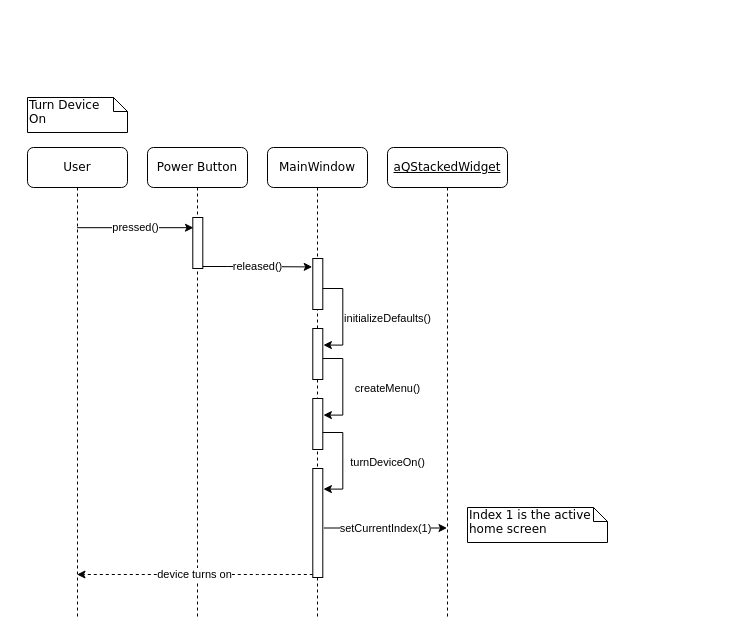
The draw.io diagram Documentation/turn_device_on.drawio in Hall-Andrew/CESDEVICE-3004FinalProject, before the edit. Source tidied: cells renumbered, new cells numbered last; positions are measured from the earlier drawing's top-left corner, leaving out a move shared by most shapes. Both pictures are drawn from the tidied source at 100%, with x=0, y=0 at pixel (27, 97).
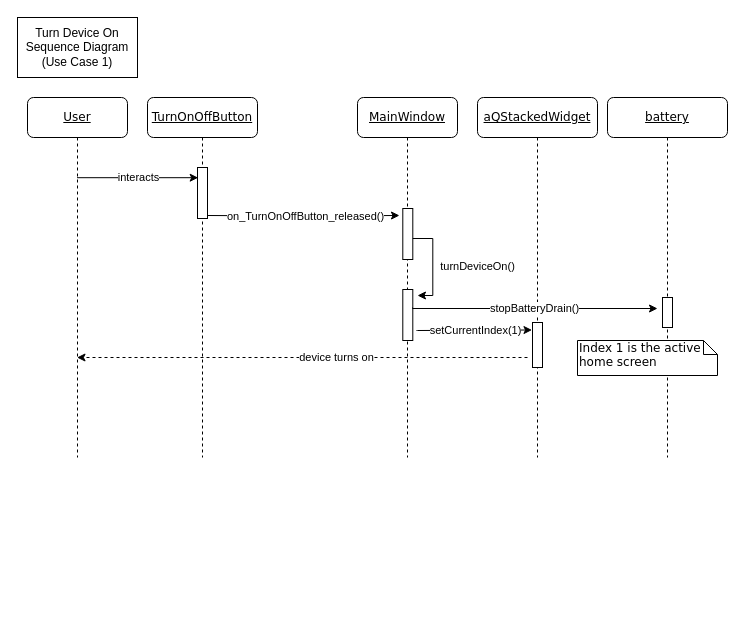
The same page after the edit.

Commit message (it also covers changes not shown here):
Redid Sequence Diagram

Change to the diagram source:
```diff
@@
+    <mxCell id="20" value="&lt;u&gt;battery&lt;/u&gt;" style="shape=umlLifeline;perimeter=lifelinePerimeter;whiteSpace=wrap;html=1;rounded=1;shadow=0;comic=0;labelBackgroundColor=none;strokeWidth=1;fontFamily=Verdana;fontSize=12;align=center;" parent="1" vertex="1">
+      <mxGeometry x="580" width="120" height="360" as="geometry" />
+    </mxCell>
+    <mxCell id="21" style="html=1;perimeter=orthogonalPerimeter;rounded=0;shadow=0;comic=0;labelBackgroundColor=none;strokeWidth=1;fontFamily=Verdana;fontSize=12;align=center;" parent="20" vertex="1">
+      <mxGeometry x="55" y="200" width="10" height="30" as="geometry" />
+    </mxCell>
+    <mxCell id="18" value="Index 1 is the active home screen" style="shape=note;whiteSpace=wrap;html=1;size=14;verticalAlign=top;align=left;spacingTop=-6;rounded=0;shadow=0;comic=0;labelBackgroundColor=none;strokeWidth=1;fontFamily=Verdana;fontSize=12;fillColor=default;strokeColor=default;fontColor=default;" parent="20" vertex="1">
+      <mxGeometry x="-30" y="243" width="140" height="35" as="geometry" />
+    </mxCell>
-    <mxCell id="2" value="MainWindow" style="shape=umlLifeline;perimeter=lifelinePerimeter;whiteSpace=wrap;html=1;rounded=1;shadow=0;comic=0;labelBackgroundColor=none;strokeWidth=1;fontFamily=Verdana;fontSize=12;align=center;" parent="1" vertex="1">
-      <mxGeometry x="240" y="50" width="100" height="470" as="geometry" />
+    <mxCell id="2" value="&lt;u&gt;MainWindow&lt;/u&gt;" style="shape=umlLifeline;perimeter=lifelinePerimeter;whiteSpace=wrap;html=1;rounded=1;shadow=0;comic=0;labelBackgroundColor=none;strokeWidth=1;fontFamily=Verdana;fontSize=12;align=center;" parent="1" vertex="1">
+      <mxGeometry x="330" width="100" height="360" as="geometry" />
     </mxCell>
     <mxCell id="3" value="&lt;u&gt;aQStackedWidget&lt;/u&gt;" style="shape=umlLifeline;perimeter=lifelinePerimeter;whiteSpace=wrap;html=1;outlineConnect=0;rounded=1;shadow=0;comic=0;labelBackgroundColor=none;strokeWidth=1;fontFamily=Verdana;fontSize=12;align=center;" parent="1" vertex="1">
-      <mxGeometry x="360" y="50" width="120" height="470" as="geometry" />
+      <mxGeometry x="450" width="120" height="360" as="geometry" />
     </mxCell>
+    <mxCell id="22" style="html=1;perimeter=orthogonalPerimeter;rounded=0;shadow=0;comic=0;labelBackgroundColor=none;strokeWidth=1;fontFamily=Verdana;fontSize=12;align=center;" parent="3" vertex="1">
+      <mxGeometry x="55" y="225" width="10" height="45" as="geometry" />
+    </mxCell>
-    <mxCell id="4" value="User" style="shape=umlLifeline;perimeter=lifelinePerimeter;whiteSpace=wrap;html=1;outlineConnect=0;rounded=1;shadow=0;comic=0;labelBackgroundColor=none;strokeWidth=1;fontFamily=Verdana;fontSize=12;align=center;" parent="1" vertex="1">
-      <mxGeometry y="50" width="100" height="470" as="geometry" />
+    <mxCell id="4" value="&lt;u&gt;User&lt;/u&gt;" style="shape=umlLifeline;perimeter=lifelinePerimeter;whiteSpace=wrap;html=1;outlineConnect=0;rounded=1;shadow=0;comic=0;labelBackgroundColor=none;strokeWidth=1;fontFamily=Verdana;fontSize=12;align=center;" parent="1" vertex="1">
+      <mxGeometry width="100" height="360" as="geometry" />
     </mxCell>
-    <mxCell id="5" value="Turn Device &lt;br&gt;On" style="shape=note;whiteSpace=wrap;html=1;size=14;verticalAlign=top;align=left;spacingTop=-6;rounded=0;shadow=0;comic=0;labelBackgroundColor=none;strokeWidth=1;fontFamily=Verdana;fontSize=12;fillColor=default;strokeColor=default;fontColor=default;" parent="1" vertex="1">
-      <mxGeometry width="100" height="35" as="geometry" />
-    </mxCell>
-    <mxCell id="6" value="Power Button" style="shape=umlLifeline;perimeter=lifelinePerimeter;whiteSpace=wrap;html=1;rounded=1;shadow=0;comic=0;labelBackgroundColor=none;strokeWidth=1;fontFamily=Verdana;fontSize=12;align=center;" parent="1" vertex="1">
-      <mxGeometry x="120" y="50" width="100" height="470" as="geometry" />
+    <mxCell id="6" value="&lt;u&gt;TurnOnOffButton&lt;/u&gt;" style="shape=umlLifeline;perimeter=lifelinePerimeter;whiteSpace=wrap;html=1;rounded=1;shadow=0;comic=0;labelBackgroundColor=none;strokeWidth=1;fontFamily=Verdana;fontSize=12;align=center;" parent="1" vertex="1">
+      <mxGeometry x="120" width="110" height="360" as="geometry" />
     </mxCell>
     <mxCell id="7" style="html=1;points=[];perimeter=orthogonalPerimeter;rounded=0;shadow=0;comic=0;labelBackgroundColor=none;strokeWidth=1;fontFamily=Verdana;fontSize=12;align=center;" parent="6" vertex="1">
-      <mxGeometry x="165.3" y="111" width="10" height="51" as="geometry" />
+      <mxGeometry x="255.3" y="111" width="10" height="51" as="geometry" />
     </mxCell>
     <mxCell id="8" style="html=1;points=[];perimeter=orthogonalPerimeter;rounded=0;shadow=0;comic=0;labelBackgroundColor=none;strokeWidth=1;fontFamily=Verdana;fontSize=12;align=center;" parent="6" vertex="1">
-      <mxGeometry x="165.3" y="181" width="10" height="51" as="geometry" />
+      <mxGeometry x="255.3" y="192" width="10" height="51" as="geometry" />
     </mxCell>
-    <mxCell id="9" value="initializeDefaults()" style="edgeStyle=orthogonalEdgeStyle;rounded=0;jettySize=auto;html=1;entryX=1.06;entryY=0.325;entryDx=0;entryDy=0;entryPerimeter=0;" parent="6" edge="1" source="7" target="8">
+    <mxCell id="9" value="turnDeviceOn()" style="edgeStyle=orthogonalEdgeStyle;rounded=0;jettySize=auto;html=1;" parent="6" edge="1" source="7">
       <mxGeometry x="0.04" y="45" relative="1" as="geometry">
+        <mxPoint x="270" y="198" as="targetPoint" />
         <Array as="points">
-          <mxPoint x="195.3" y="141" />
-          <mxPoint x="195.3" y="198" />
+          <mxPoint x="285.3" y="141" />
+          <mxPoint x="285.3" y="198" />
         </Array>
       </mxGeometry>
     </mxCell>
-    <mxCell id="10" value="createMenu()" style="edgeStyle=orthogonalEdgeStyle;rounded=0;orthogonalLoop=1;jettySize=auto;html=1;entryX=1.06;entryY=0.325;entryDx=0;entryDy=0;entryPerimeter=0;" parent="6" edge="1">
-      <mxGeometry x="0.04" y="45" relative="1" as="geometry">
-        <mxPoint x="175.3" y="211" as="sourcePoint" />
-        <mxPoint x="175.9" y="267.6" as="targetPoint" />
-        <Array as="points">
-          <mxPoint x="195.3" y="211" />
-          <mxPoint x="195.3" y="268" />
-        </Array>
-      </mxGeometry>
-    </mxCell>
-    <mxCell id="11" style="html=1;perimeter=orthogonalPerimeter;rounded=0;shadow=0;comic=0;labelBackgroundColor=none;strokeWidth=1;fontFamily=Verdana;fontSize=12;align=center;" parent="6" vertex="1">
-      <mxGeometry x="165.3" y="251" width="10" height="51" as="geometry" />
-    </mxCell>
-    <mxCell id="12" style="html=1;perimeter=orthogonalPerimeter;rounded=0;shadow=0;comic=0;labelBackgroundColor=none;strokeWidth=1;fontFamily=Verdana;fontSize=12;align=center;" parent="6" vertex="1">
-      <mxGeometry x="165.3" y="321" width="10" height="109" as="geometry" />
-    </mxCell>
     <mxCell id="13" style="html=1;points=[];perimeter=orthogonalPerimeter;rounded=0;shadow=0;comic=0;labelBackgroundColor=none;strokeWidth=1;fontFamily=Verdana;fontSize=12;align=center;" parent="6" vertex="1">
-      <mxGeometry x="45.3" y="70" width="10" height="51" as="geometry" />
+      <mxGeometry x="50" y="70" width="10" height="51" as="geometry" />
     </mxCell>
-    <mxCell id="14" value="released()" style="edgeStyle=orthogonalEdgeStyle;rounded=0;orthogonalLoop=1;jettySize=auto;html=1;entryX=-0.06;entryY=0.067;entryDx=0;entryDy=0;entryPerimeter=0;" parent="6" edge="1">
-      <mxGeometry relative="1" as="geometry">
-        <mxPoint x="55.3" y="119" as="sourcePoint" />
-        <mxPoint x="164.7" y="119.4" as="targetPoint" />
-        <Array as="points">
-          <mxPoint x="80.3" y="119" />
-          <mxPoint x="80.3" y="119" />
-        </Array>
+    <mxCell id="14" value="on_TurnOnOffButton_released()" style="edgeStyle=orthogonalEdgeStyle;rounded=0;jettySize=auto;html=1;entryX=-0.333;entryY=0.137;entryDx=0;entryDy=0;entryPerimeter=0;" parent="6" edge="1" target="7">
+      <mxGeometry x="0.02" relative="1" as="geometry">
+        <mxPoint x="60" y="118" as="sourcePoint" />
       </mxGeometry>
     </mxCell>
-    <mxCell id="15" value="turnDeviceOn()" style="edgeStyle=orthogonalEdgeStyle;rounded=0;orthogonalLoop=1;jettySize=auto;html=1;entryX=1.06;entryY=0.325;entryDx=0;entryDy=0;entryPerimeter=0;" parent="6" edge="1">
-      <mxGeometry x="0.04" y="45" relative="1" as="geometry">
-        <mxPoint x="175.3" y="285" as="sourcePoint" />
-        <mxPoint x="175.9" y="341.6" as="targetPoint" />
-        <Array as="points">
-          <mxPoint x="195.3" y="285" />
-          <mxPoint x="195.3" y="342" />
-        </Array>
-      </mxGeometry>
-    </mxCell>
-    <mxCell id="16" value="setCurrentIndex(1)" style="edgeStyle=orthogonalEdgeStyle;rounded=0;jettySize=auto;html=1;" parent="6" edge="1" target="3">
-      <mxGeometry relative="1" as="geometry">
-        <mxPoint x="176.3" y="380.5" as="sourcePoint" />
+    <mxCell id="16" value="setCurrentIndex(1)" style="edgeStyle=orthogonalEdgeStyle;rounded=0;jettySize=auto;html=1;exitX=1.367;exitY=0.804;exitDx=0;exitDy=0;exitPerimeter=0;" parent="6" edge="1" source="8">
+      <mxGeometry x="0.03" relative="1" as="geometry">
+        <mxPoint x="384.5" y="232.5" as="targetPoint" />
         <Array as="points">
-          <mxPoint x="270" y="380" />
-          <mxPoint x="270" y="380" />
+          <mxPoint x="270" y="233" />
         </Array>
       </mxGeometry>
     </mxCell>
-    <mxCell id="17" value="pressed()" style="endArrow=classic;html=1;rounded=0;entryX=0.067;entryY=0.2;entryDx=0;entryDy=0;entryPerimeter=0;" parent="1" edge="1" source="4" target="13">
+    <mxCell id="17" value="interacts" style="endArrow=classic;html=1;rounded=0;entryX=0.067;entryY=0.2;entryDx=0;entryDy=0;entryPerimeter=0;" parent="1" edge="1" source="4" target="13">
       <mxGeometry relative="1" as="geometry" />
     </mxCell>
-    <mxCell id="18" value="Index 1 is the active home screen" style="shape=note;whiteSpace=wrap;html=1;size=14;verticalAlign=top;align=left;spacingTop=-6;rounded=0;shadow=0;comic=0;labelBackgroundColor=none;strokeWidth=1;fontFamily=Verdana;fontSize=12;fillColor=default;strokeColor=default;fontColor=default;" parent="1" vertex="1">
-      <mxGeometry x="440" y="410" width="140" height="35" as="geometry" />
-    </mxCell>
     <mxCell id="19" value="device turns on" style="edgeStyle=orthogonalEdgeStyle;rounded=0;orthogonalLoop=1;jettySize=auto;html=1;dashed=1;" parent="1" edge="1">
-      <mxGeometry relative="1" as="geometry">
-        <mxPoint x="285.3" y="477" as="sourcePoint" />
-        <mxPoint x="49.5" y="477" as="targetPoint" />
+      <mxGeometry x="-0.15" relative="1" as="geometry">
+        <mxPoint x="500" y="260" as="sourcePoint" />
+        <mxPoint x="49.5" y="260" as="targetPoint" />
         <Array as="points">
-          <mxPoint x="230" y="477" />
-          <mxPoint x="230" y="477" />
+          <mxPoint x="500" y="260" />
         </Array>
       </mxGeometry>
     </mxCell>
+    <mxCell id="23" value="Turn Device On&lt;br&gt;Sequence Diagram&lt;br&gt;(Use Case 1)" style="rounded=0;whiteSpace=wrap;html=1;" parent="1" vertex="1">
+      <mxGeometry x="-10" y="-80" width="120" height="60" as="geometry" />
+    </mxCell>
+    <mxCell id="24" value="stopBatteryDrain()" style="edgeStyle=orthogonalEdgeStyle;rounded=0;orthogonalLoop=1;jettySize=auto;html=1;exitX=0.967;exitY=0.745;exitDx=0;exitDy=0;exitPerimeter=0;" parent="1" edge="1">
+      <mxGeometry relative="1" as="geometry">
+        <mxPoint x="385" y="210" as="sourcePoint" />
+        <mxPoint x="630" y="211" as="targetPoint" />
+        <Array as="points">
+          <mxPoint x="385" y="211" />
+        </Array>
+      </mxGeometry>
+    </mxCell>
```
